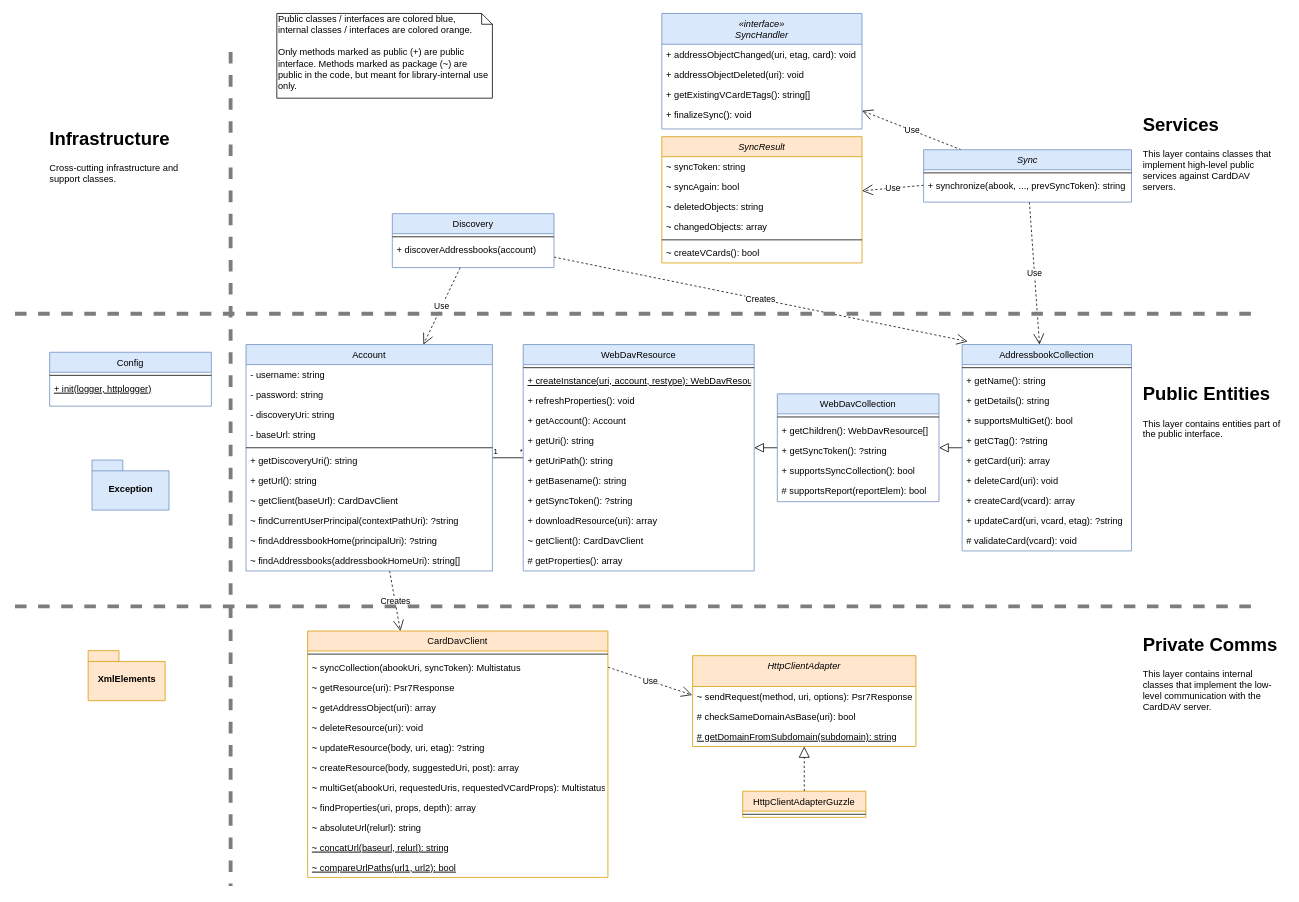
Earlier version of the draw.io diagram doc/Classes.drawio (mstilkerich/carddavclient). Source tidied: cells renumbered, new cells numbered last; positions are measured from the earlier drawing's top-left corner, leaving out a move shared by most shapes. Both pictures are drawn from the tidied source at 77%, with x=0, y=0 at pixel (15, 13).
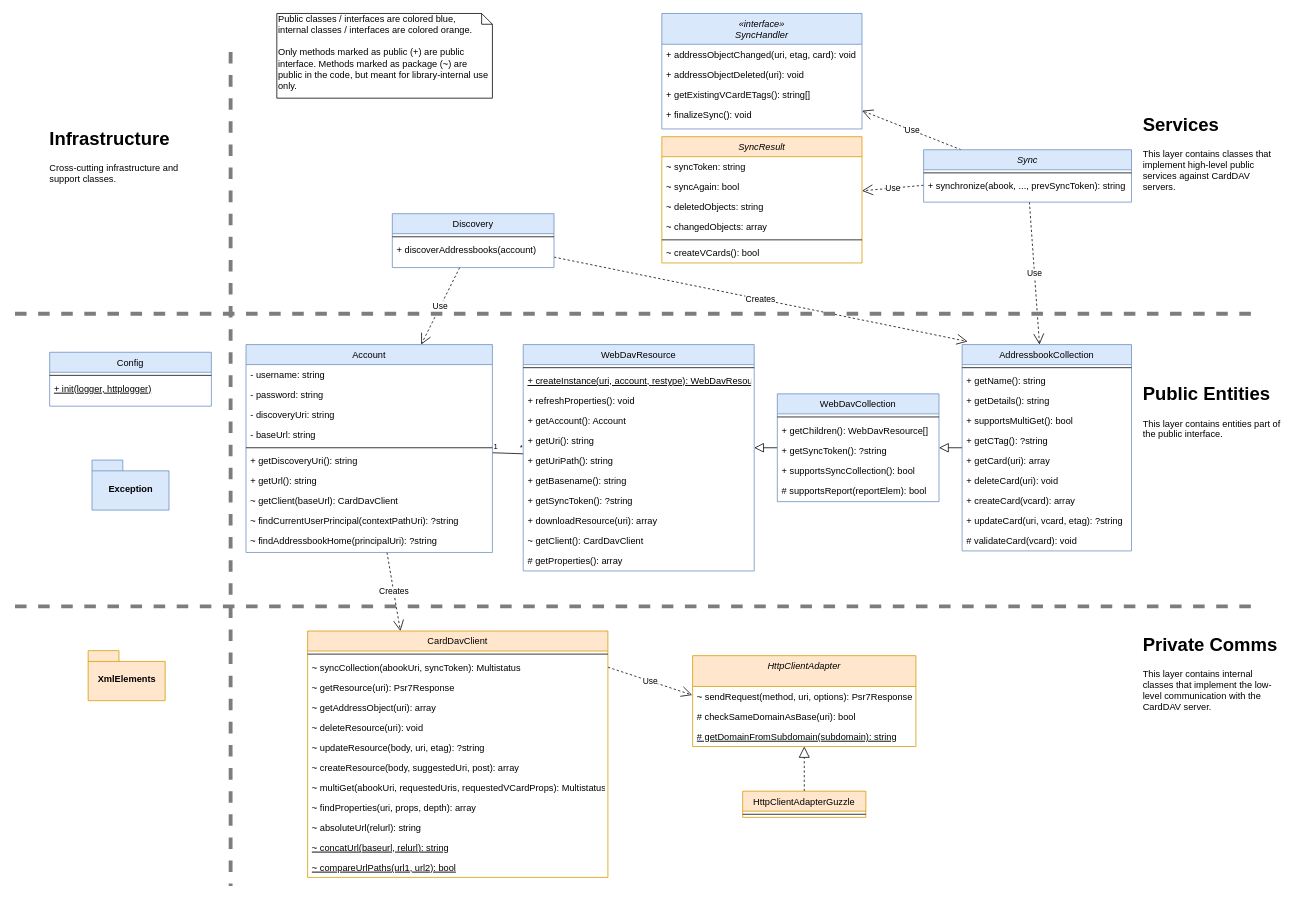
The same page after the edit.

What changed in the source:
```diff
@@
     <mxCell id="46" value="Account" style="swimlane;fontStyle=0;align=center;verticalAlign=top;horizontal=1;startSize=26;rounded=0;shadow=0;strokeWidth=1;fillColor=#dae8fc;strokeColor=#6c8ebf;" parent="1" vertex="1">
-      <mxGeometry x="300" y="430" width="320" height="294" as="geometry" />
+      <mxGeometry x="300" y="430" width="320" height="270" as="geometry" />
     </mxCell>
@@
-    <mxCell id="57" value="~ findAddressbooks(addressbookHomeUri): string[]" style="text;align=left;verticalAlign=top;spacingLeft=4;spacingRight=4;overflow=hidden;" parent="46" vertex="1">
-      <mxGeometry y="268" width="320" height="26" as="geometry" />
-    </mxCell>
```
